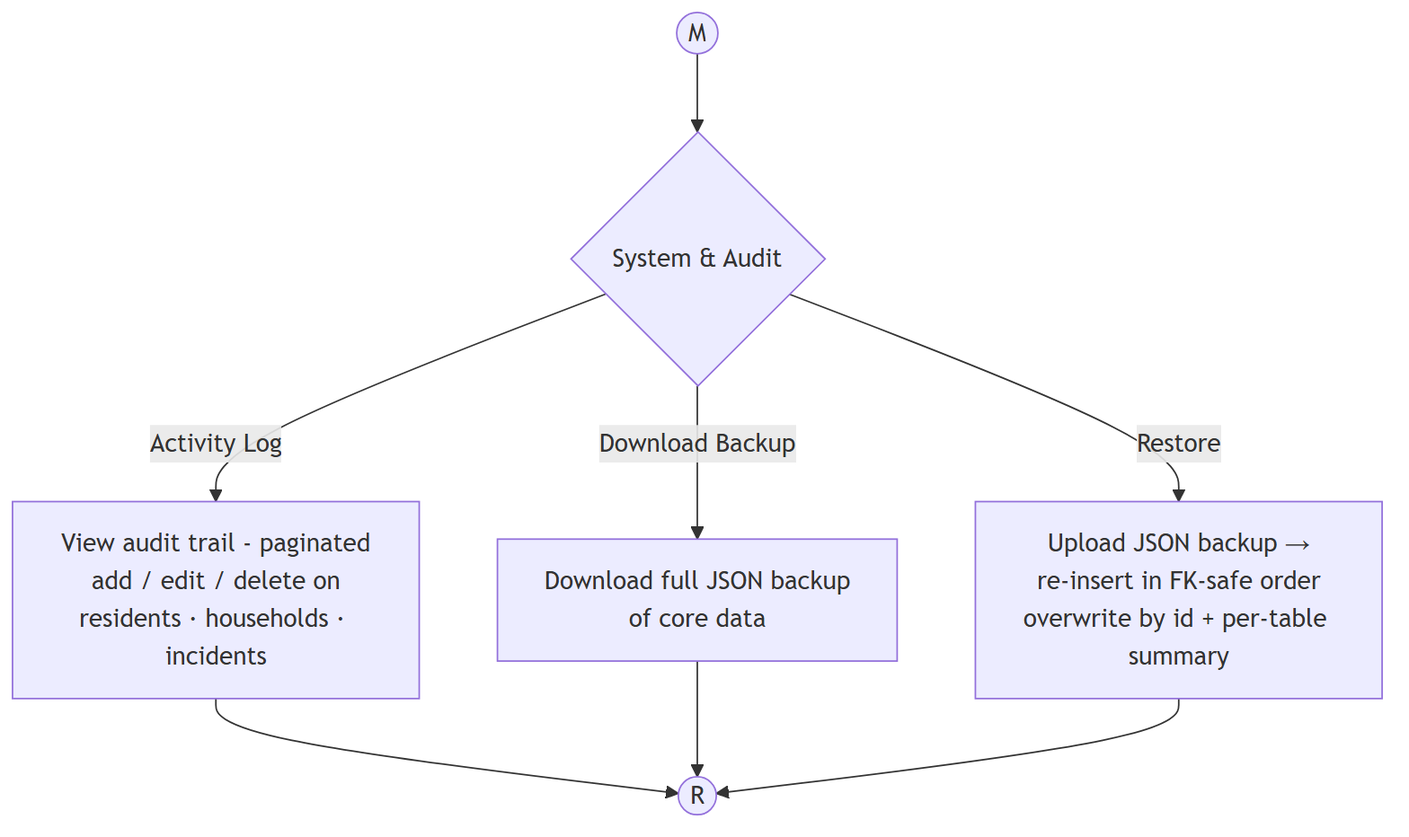
Earlier version of the Mermaid export diagrams/modules/system_audit.png (KellyEspera/protect). Its source is kept beside it as diagrams/modules/system_audit.mmd.
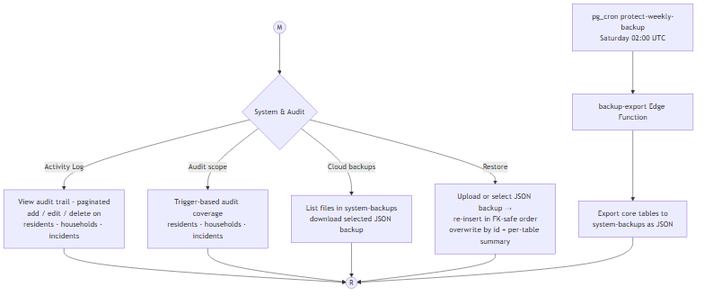
Later version of the same file.

Change to the diagram source:
```diff
@@ -1,8 +1,13 @@
 flowchart TD
     M((M)) --> Tool{System &amp; Audit}
     Tool -- Activity Log --> Audit[View audit trail - paginated<br/>add / edit / delete on<br/>residents · households · incidents]
-    Tool -- Download Backup --> Backup[Download full JSON backup<br/>of core data]
-    Tool -- Restore --> Restore[Upload JSON backup →<br/>re-insert in FK-safe order<br/>overwrite by id + per-table summary]
+    Tool -- Audit scope --> Scope[Trigger-based audit coverage<br/>residents · households · incidents]
+    Tool -- Cloud backups --> Cloud[List files in system-backups<br/>download selected JSON backup]
+    Tool -- Restore --> Restore[Upload or select JSON backup →<br/>re-insert in FK-safe order<br/>overwrite by id + per-table summary]
+    Cron[pg_cron protect-weekly-backup<br/>Saturday 02:00 UTC] --> Export[backup-export Edge Function]
+    Export --> Auto[Export core tables to<br/>system-backups as JSON]
+    Scope --> R((R))
+    Cloud --> R((R))
+    Auto --> R((R))
     Audit --> R((R))
-    Backup --> R((R))
     Restore --> R((R))
```
